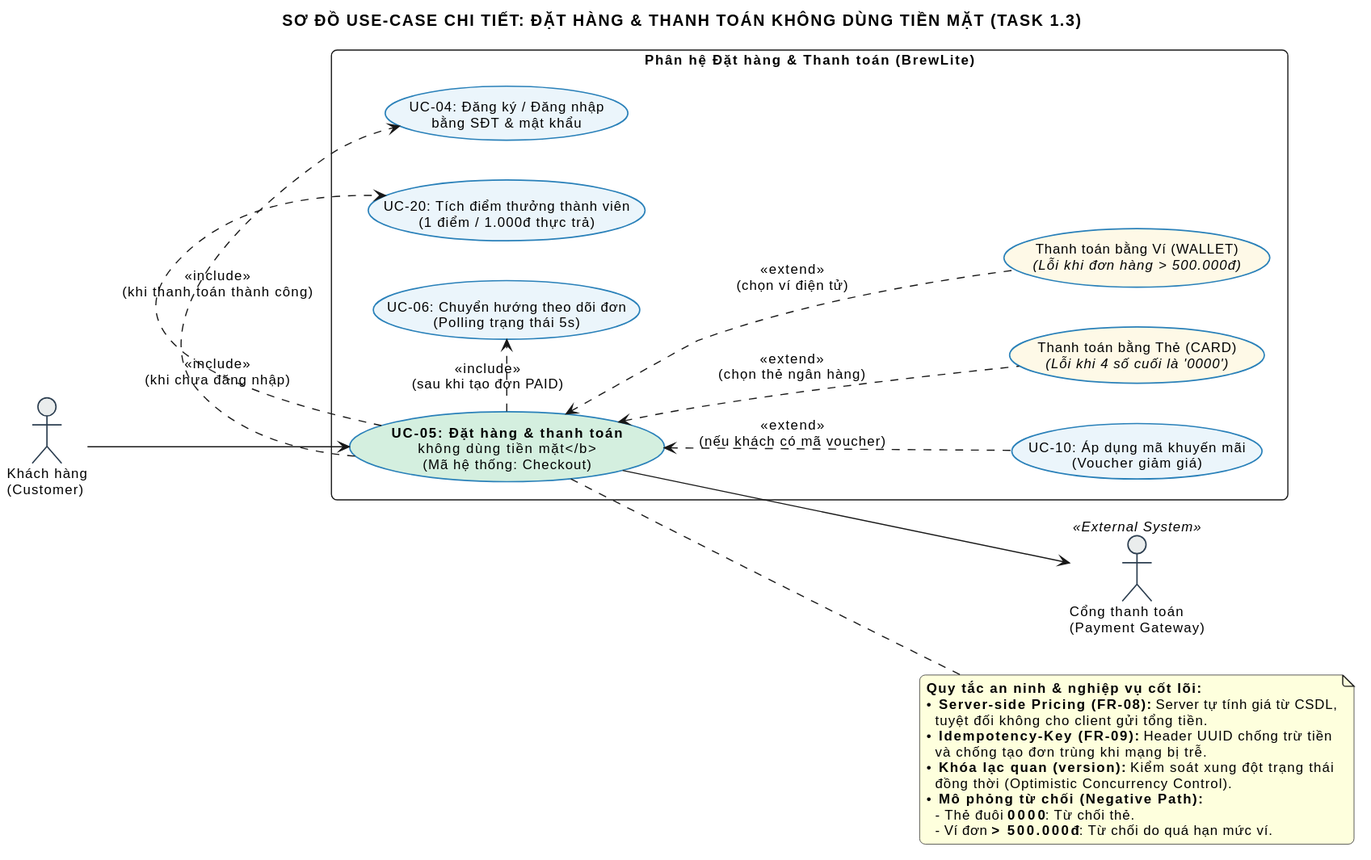
Earlier version of the PlantUML export docs/diagrams/usecase-checkout.svg (Longcodepro/Project_SE_Assignment02_HK1_2026_2027). The source it was exported from:
```plantuml
@startuml

title SƠ ĐỒ USE-CASE CHI TIẾT: ĐẶT HÀNG & THANH TOÁN KHÔNG DÙNG TIỀN MẶT (TASK 1.3)

left to right direction
skinparam shadowing false
skinparam roundcorner 10
skinparam defaultFontName Arial
skinparam defaultFontSize 12

skinparam usecase {
  BackgroundColor #EBF5FB
  BorderColor #2980B9
  BorderThickness 1.2
}

skinparam actor {
  BackgroundColor #EAEDED
  BorderColor #2C3E50
  BorderThickness 1.2
}

actor "Khách hàng\n(Customer)" as Customer
actor "Cổng thanh toán\n(Payment Gateway)" as PaymentGateway <<External System>>

rectangle "Phân hệ Đặt hàng & Thanh toán (BrewLite)" {

  usecase "<b>UC-05: Đặt hàng & thanh toán\nkhông dùng tiền mặt</b>\n(Mã hệ thống: Checkout)" as UC05 #D4EFDF

  usecase "UC-04: Đăng ký / Đăng nhập\nbằng SĐT & mật khẩu" as UC04
  usecase "UC-20: Tích điểm thưởng thành viên\n(1 điểm / 1.000đ thực trả)" as UC20
  usecase "UC-06: Chuyển hướng theo dõi đơn\n(Polling trạng thái 5s)" as UC06

  usecase "UC-10: Áp dụng mã khuyến mãi\n(Voucher giảm giá)" as UC10

  usecase "Thanh toán bằng Thẻ (CARD)\n<i>(Lỗi khi 4 số cuối là '0000')</i>" as PayCard #FEF9E7
  usecase "Thanh toán bằng Ví (WALLET)\n<i>(Lỗi khi đơn hàng > 500.000đ)</i>" as PayWallet #FEF9E7
}

Customer --> UC05
UC05 --> PaymentGateway

UC05 .> UC04 : <<include>>\n(khi chưa đăng nhập)
UC05 .> UC20 : <<include>>\n(khi thanh toán thành công)
UC05 .> UC06 : <<include>>\n(sau khi tạo đơn PAID)

UC05 <.. UC10 : <<extend>>\n(nếu khách có mã voucher)
UC05 <.. PayCard : <<extend>>\n(chọn thẻ ngân hàng)
UC05 <.. PayWallet : <<extend>>\n(chọn ví điện tử)

note right of UC05
  <b>Quy tắc an ninh & nghiệp vụ cốt lõi:</b>
  • <b>Server-side Pricing (FR-08):</b> Server tự tính giá từ CSDL,
    tuyệt đối không cho client gửi tổng tiền.
  • <b>Idempotency-Key (FR-09):</b> Header UUID chống trừ tiền
    và chống tạo đơn trùng khi mạng bị trễ.
  • <b>Khóa lạc quan (version):</b> Kiểm soát xung đột trạng thái
    đồng thời (Optimistic Concurrency Control).
  • <b>Mô phỏng từ chối (Negative Path):</b>
    - Thẻ đuôi <b>0000</b>: Từ chối thẻ.
    - Ví đơn <b>> 500.000đ</b>: Từ chối do quá hạn mức ví.
end note
@enduml
```
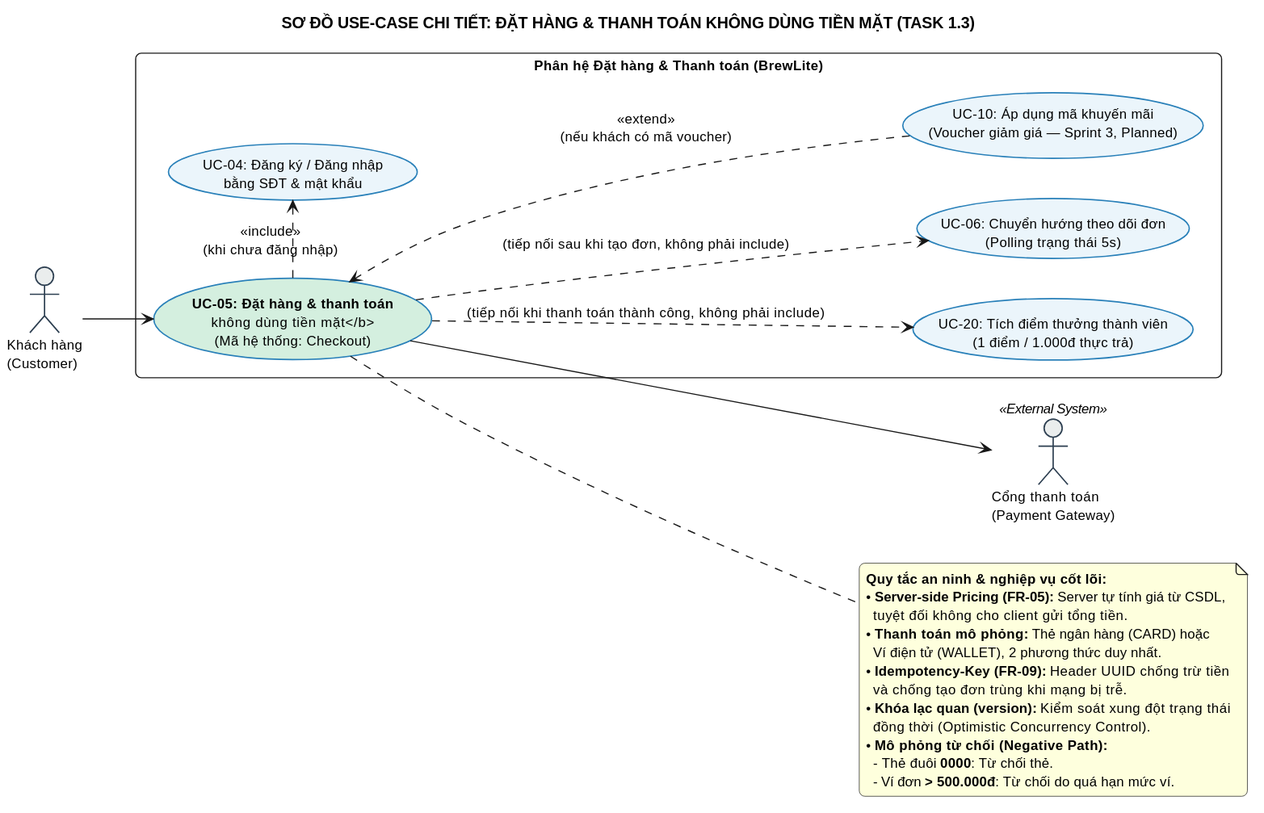
After the change.

Commit message:
fix(task-1.3): sửa usecase-checkout.puml khớp canonical 21 UC

FR-08 bị gán nhầm cho Server-side Pricing, đúng ra là FR-05 (FR-08
thật là máy trạng thái đơn/khóa lạc quan). Bỏ 2 use-case bịa đặt
PayCard/PayWallet không có trong danh mục 21 UC chuẩn (nội dung đã
có sẵn trong ghi chú nghiệp vụ). Bỏ 2 quan hệ <<include>> sai
(UC05->UC20, UC05->UC06): canonical chỉ định nghĩa UC-05 include
UC-04 và extend UC-10, quan hệ với UC-06/UC-20 chỉ là tiếp nối luồng
chứ không phải include. Đánh dấu UC-10 là Sprint 3 Planned.

Diff of the diagram source:
```diff
@@ -31,27 +31,24 @@
   usecase "UC-20: Tích điểm thưởng thành viên\n(1 điểm / 1.000đ thực trả)" as UC20
   usecase "UC-06: Chuyển hướng theo dõi đơn\n(Polling trạng thái 5s)" as UC06
 
-  usecase "UC-10: Áp dụng mã khuyến mãi\n(Voucher giảm giá)" as UC10
-
-  usecase "Thanh toán bằng Thẻ (CARD)\n<i>(Lỗi khi 4 số cuối là '0000')</i>" as PayCard #FEF9E7
-  usecase "Thanh toán bằng Ví (WALLET)\n<i>(Lỗi khi đơn hàng > 500.000đ)</i>" as PayWallet #FEF9E7
+  usecase "UC-10: Áp dụng mã khuyến mãi\n(Voucher giảm giá — Sprint 3, Planned)" as UC10
 }
 
 Customer --> UC05
 UC05 --> PaymentGateway
+UC05 ..> UC06 : (tiếp nối sau khi tạo đơn, không phải include)
+UC05 ..> UC20 : (tiếp nối khi thanh toán thành công, không phải include)
 
 UC05 .> UC04 : <<include>>\n(khi chưa đăng nhập)
-UC05 .> UC20 : <<include>>\n(khi thanh toán thành công)
-UC05 .> UC06 : <<include>>\n(sau khi tạo đơn PAID)
 
 UC05 <.. UC10 : <<extend>>\n(nếu khách có mã voucher)
-UC05 <.. PayCard : <<extend>>\n(chọn thẻ ngân hàng)
-UC05 <.. PayWallet : <<extend>>\n(chọn ví điện tử)
 
 note right of UC05
   <b>Quy tắc an ninh & nghiệp vụ cốt lõi:</b>
-  • <b>Server-side Pricing (FR-08):</b> Server tự tính giá từ CSDL,
+  • <b>Server-side Pricing (FR-05):</b> Server tự tính giá từ CSDL,
     tuyệt đối không cho client gửi tổng tiền.
+  • <b>Thanh toán mô phỏng:</b> Thẻ ngân hàng (CARD) hoặc
+    Ví điện tử (WALLET), 2 phương thức duy nhất.
   • <b>Idempotency-Key (FR-09):</b> Header UUID chống trừ tiền
     và chống tạo đơn trùng khi mạng bị trễ.
   • <b>Khóa lạc quan (version):</b> Kiểm soát xung đột trạng thái
```
